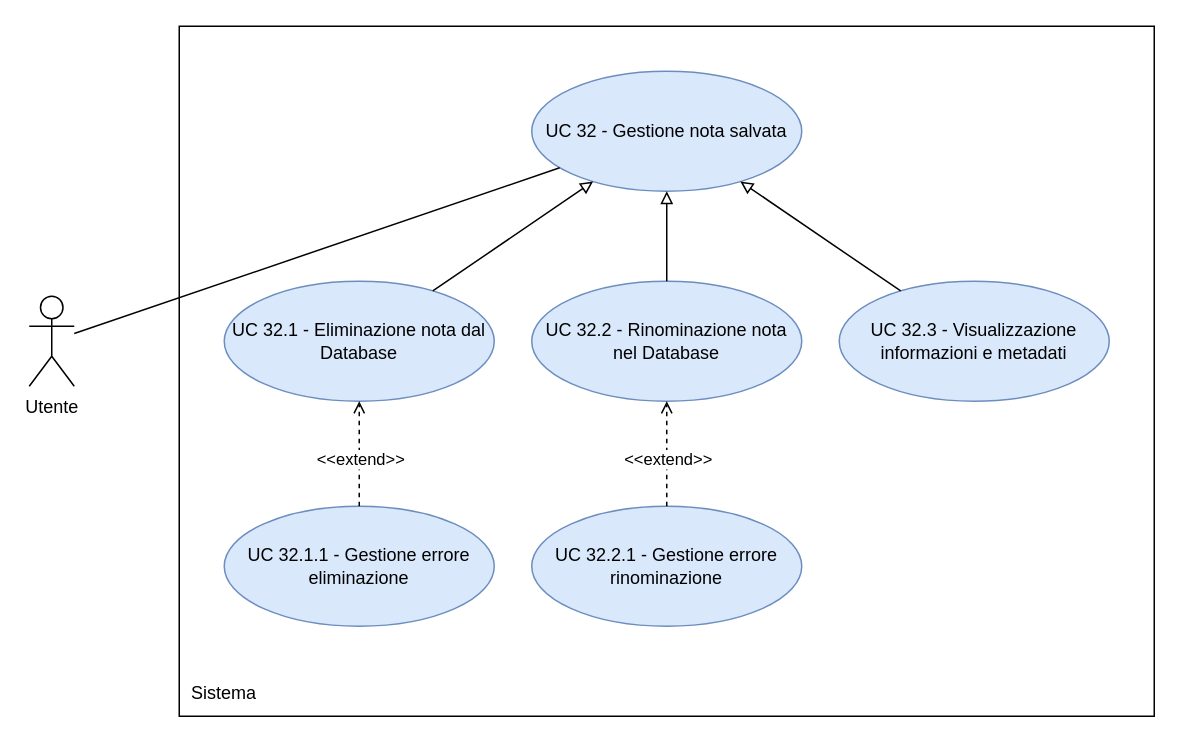
This is RTB/doc_esterna/analisi-dei-requisiti/assets/draw.io/UC32.drawio from thebitless-group-swe/thebitless.github.io, a draw.io file, before an edit. Source tidied: cells renumbered, new cells numbered last; positions are measured from the earlier drawing's top-left corner, leaving out a move shared by most shapes. Both pictures are drawn from the tidied source at 150%, with x=0, y=0 at pixel (28, 26).
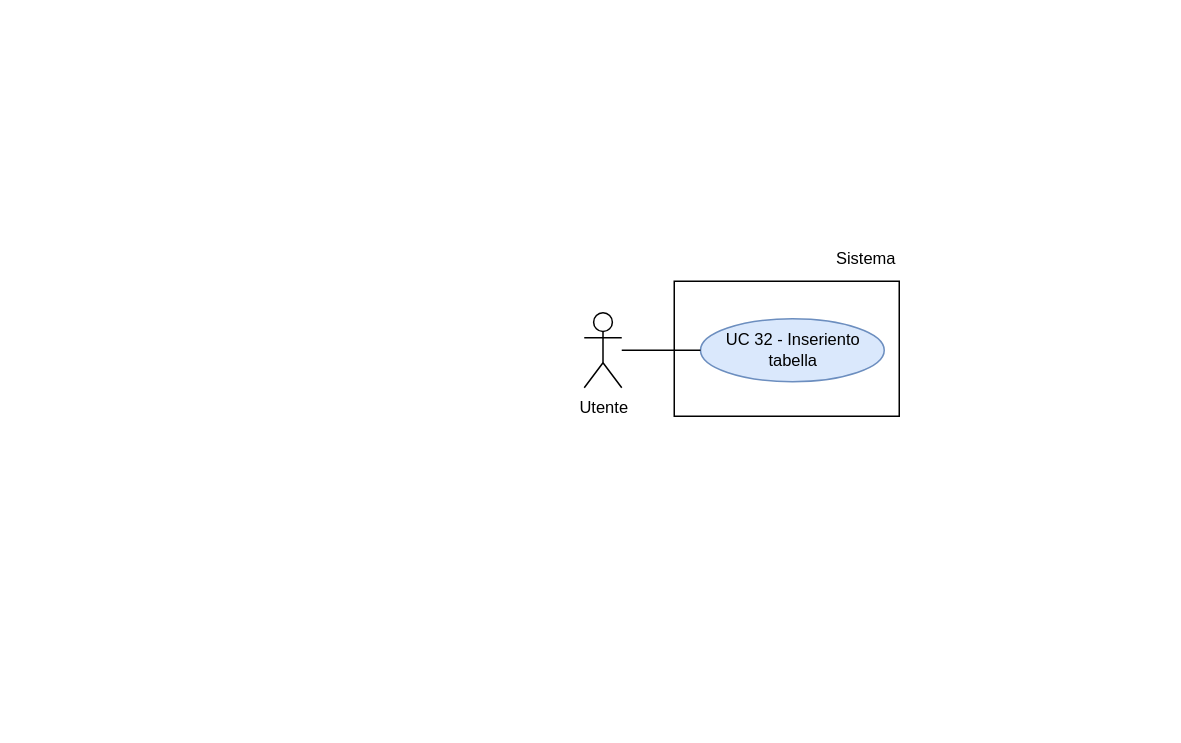
The same diagram, later.

What changed in the source:
```diff
@@
 <mxGraphModel>
   <root>
     <mxCell id="0" />
     <mxCell id="1" parent="0" />
-    <mxCell id="2" value="Utente" style="shape=umlActor;verticalLabelPosition=bottom;verticalAlign=top;html=1;outlineConnect=0;" parent="1" vertex="1">
-      <mxGeometry y="180" width="30" height="60" as="geometry" />
+    <mxCell id="2" value="Utente" style="shape=umlActor;verticalLabelPosition=bottom;verticalAlign=top;html=1;outlineConnect=0;fontSize=11;" parent="1" vertex="1">
+      <mxGeometry x="370" y="191" width="25" height="50" as="geometry" />
     </mxCell>
-    <mxCell id="3" style="whiteSpace=wrap;html=1;" parent="1" vertex="1">
-      <mxGeometry x="100" width="650" height="460" as="geometry" />
-    </mxCell>
+    <mxCell id="19" style="rounded=0;whiteSpace=wrap;html=1;strokeWidth=1;" parent="1" vertex="1">
+      <mxGeometry x="430" y="170" width="150" height="90" as="geometry" />
+    </mxCell>
-    <mxCell id="4" value="Sistema" style="text;html=1;whiteSpace=wrap;strokeColor=none;fillColor=none;align=center;verticalAlign=middle;rounded=0;" parent="1" vertex="1">
-      <mxGeometry x="100" y="430" width="60" height="30" as="geometry" />
+    <mxCell id="4" value="Sistema" style="text;html=1;whiteSpace=wrap;strokeColor=none;fillColor=none;align=right;verticalAlign=middle;fontSize=11;" parent="1" vertex="1">
+      <mxGeometry x="520" y="140" width="60" height="30" as="geometry" />
     </mxCell>
-    <mxCell id="5" value="UC 32 - Gestione nota salvata" style="ellipse;whiteSpace=wrap;html=1;fillColor=#dae8fc;strokeColor=#6c8ebf;" parent="1" vertex="1">
-      <mxGeometry x="335" y="30" width="180" height="80" as="geometry" />
-    </mxCell>
-    <mxCell id="6" style="edgeStyle=none;rounded=0;jettySize=auto;html=1;endArrow=none;endFill=0;" parent="1" edge="1" source="2" target="5">
-      <mxGeometry relative="1" as="geometry" />
-    </mxCell>
-    <mxCell id="7" value="UC 32.1 - Eliminazione nota dal Database" style="ellipse;whiteSpace=wrap;html=1;fillColor=#dae8fc;strokeColor=#6c8ebf;" parent="1" vertex="1">
-      <mxGeometry x="130" y="170" width="180" height="80" as="geometry" />
-    </mxCell>
-    <mxCell id="8" style="edgeStyle=none;rounded=0;jettySize=auto;html=1;endArrow=block;endFill=0;" parent="1" edge="1" source="7" target="5">
-      <mxGeometry relative="1" as="geometry" />
-    </mxCell>
-    <mxCell id="9" value="UC 32.2 - Rinominazione nota nel Database" style="ellipse;whiteSpace=wrap;html=1;fillColor=#dae8fc;strokeColor=#6c8ebf;" parent="1" vertex="1">
-      <mxGeometry x="335" y="170" width="180" height="80" as="geometry" />
-    </mxCell>
-    <mxCell id="10" style="edgeStyle=none;rounded=0;jettySize=auto;html=1;endArrow=block;endFill=0;" parent="1" edge="1" source="9" target="5">
-      <mxGeometry relative="1" as="geometry" />
-    </mxCell>
-    <mxCell id="11" value="UC 32.3 - Visualizzazione informazioni e metadati" style="ellipse;whiteSpace=wrap;html=1;fillColor=#dae8fc;strokeColor=#6c8ebf;" parent="1" vertex="1">
-      <mxGeometry x="540" y="170" width="180" height="80" as="geometry" />
-    </mxCell>
-    <mxCell id="12" style="edgeStyle=none;rounded=0;jettySize=auto;html=1;endArrow=block;endFill=0;" parent="1" edge="1" source="11" target="5">
-      <mxGeometry relative="1" as="geometry" />
-    </mxCell>
-    <mxCell id="13" value="UC 32.1.1 - Gestione errore eliminazione" style="ellipse;whiteSpace=wrap;html=1;fillColor=#dae8fc;strokeColor=#6c8ebf;" parent="1" vertex="1">
-      <mxGeometry x="130" y="320" width="180" height="80" as="geometry" />
-    </mxCell>
-    <mxCell id="14" style="edgeStyle=none;rounded=0;jettySize=auto;html=1;endArrow=open;endFill=0;dashed=1;" parent="1" edge="1" source="13" target="7">
-      <mxGeometry relative="1" as="geometry" />
-    </mxCell>
-    <mxCell id="15" value="&amp;lt;&amp;lt;extend&amp;gt;&amp;gt;" style="edgeLabel;html=1;align=center;verticalAlign=middle;" parent="14" vertex="1">
-      <mxGeometry x="-0.1" relative="1" as="geometry" />
-    </mxCell>
-    <mxCell id="16" value="UC 32.2.1 - Gestione errore rinominazione" style="ellipse;whiteSpace=wrap;html=1;fillColor=#dae8fc;strokeColor=#6c8ebf;" parent="1" vertex="1">
-      <mxGeometry x="335" y="320" width="180" height="80" as="geometry" />
-    </mxCell>
-    <mxCell id="17" style="edgeStyle=none;rounded=0;jettySize=auto;html=1;endArrow=open;endFill=0;dashed=1;" parent="1" edge="1" source="16" target="9">
-      <mxGeometry relative="1" as="geometry" />
-    </mxCell>
-    <mxCell id="18" value="&amp;lt;&amp;lt;extend&amp;gt;&amp;gt;" style="edgeLabel;html=1;align=center;verticalAlign=middle;" parent="17" vertex="1">
-      <mxGeometry x="-0.1" relative="1" as="geometry" />
-    </mxCell>
+    <mxCell id="20" value="UC 32 - Inseriento tabella" style="ellipse;whiteSpace=wrap;html=1;fillColor=#dae8fc;strokeColor=#6c8ebf;fontSize=11;convertToSvg=1;svgWhiteSpace=wrap;labelBorderColor=none;labelBackgroundColor=none;spacingBottom=0;" parent="1" vertex="1">
+      <mxGeometry x="447.5" y="195" width="122.5" height="42" as="geometry" />
+    </mxCell>
+    <mxCell id="21" style="edgeStyle=none;rounded=0;jettySize=auto;html=1;endArrow=none;endFill=0;" parent="1" edge="1" source="2" target="20">
+      <mxGeometry relative="1" as="geometry" />
+    </mxCell>
+    <mxCell id="22" style="edgeStyle=orthogonalEdgeStyle;rounded=0;orthogonalLoop=1;jettySize=auto;html=1;exitX=0.5;exitY=1;exitDx=0;exitDy=0;" parent="1" edge="1" source="4" target="4">
+      <mxGeometry relative="1" as="geometry" />
+    </mxCell>
   </root>
 </mxGraphModel>
```
